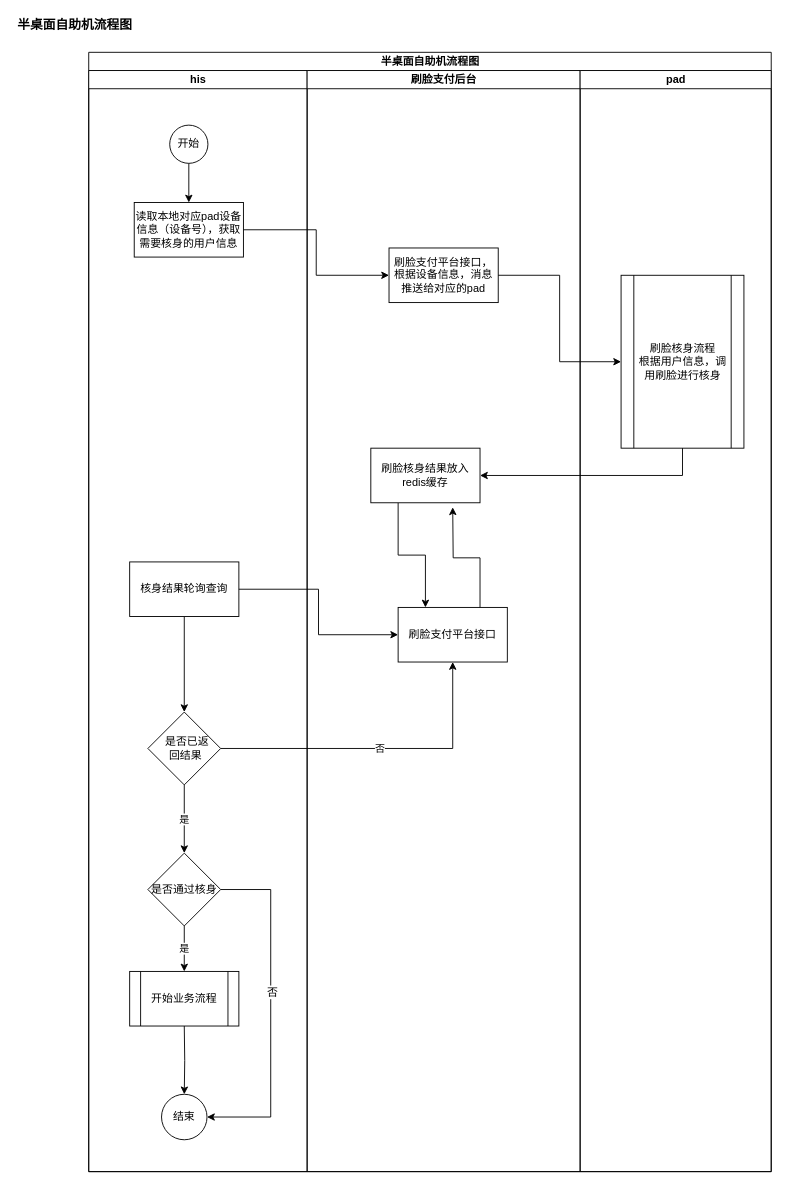
Earlier version of the draw.io diagram zdpt/桌面自助机流程图.drawio (zhangwenhuad/visio). Source tidied: cells renumbered, new cells numbered last; positions are measured from the earlier drawing's top-left corner, leaving out a move shared by most shapes. Both pictures are drawn from the tidied source at 91%, with x=0, y=0 at pixel (15, 15).
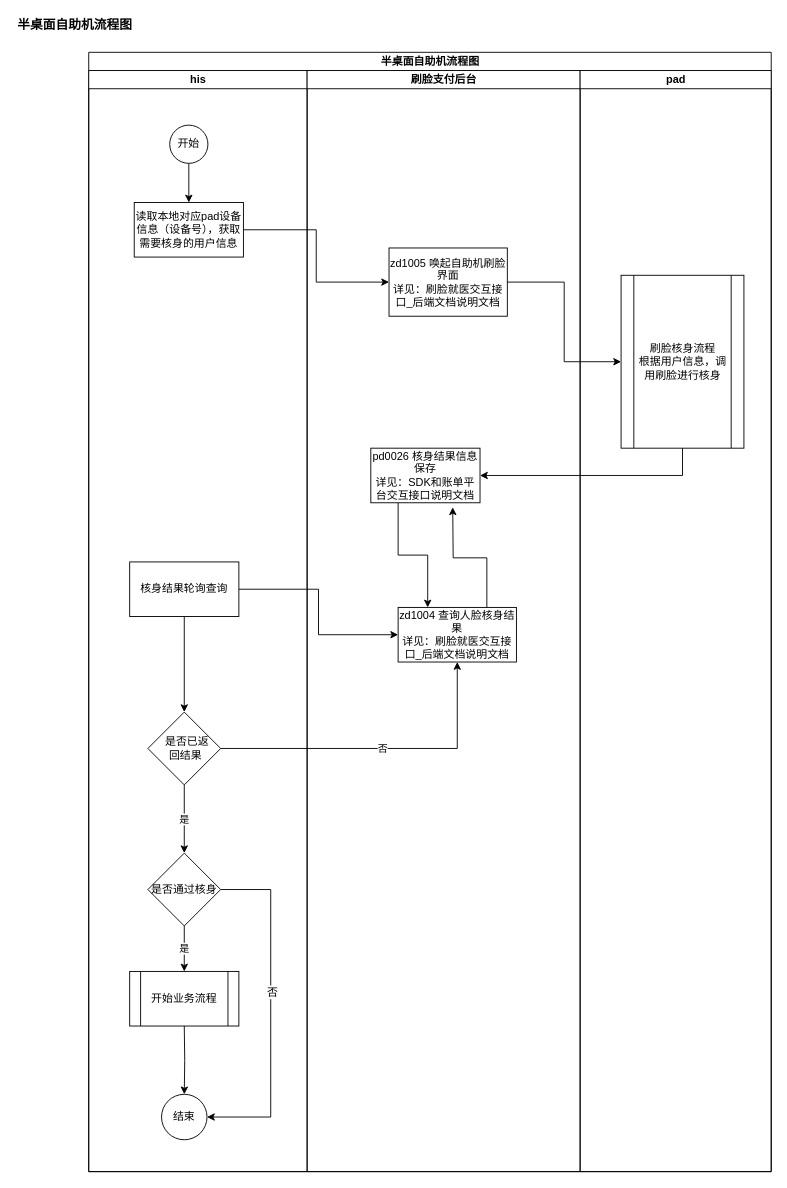
The same diagram, later.

Commit message:
更新桌面自助机流程图.drawio

The change refers to these unchanged cells:
```xml
<mxCell id="18" value="刷脸支付后台" style="swimlane;html=1;startSize=20;" parent="2" vertex="1">
  <mxGeometry x="240" y="20" width="300" height="1210" as="geometry" />
</mxCell>
```

Change to the diagram source:
```diff
@@
-    <mxCell id="19" value="刷脸支付平台接口，根据设备信息，消息推送给对应的pad" style="rounded=0;whiteSpace=wrap;html=1;" parent="18" vertex="1">
-      <mxGeometry x="90" y="195" width="120" height="60" as="geometry" />
+    <mxCell id="19" value="zd1005&amp;nbsp;&lt;span&gt;唤起自助机刷脸界面&lt;/span&gt;&lt;br&gt;详见：刷脸就医交互接口_后端文档说明文档&lt;br&gt;" style="rounded=0;whiteSpace=wrap;html=1;" parent="18" vertex="1">
+      <mxGeometry x="90" y="195" width="130" height="75" as="geometry" />
     </mxCell>
-    <mxCell id="20" value="刷脸支付平台接口" style="rounded=0;whiteSpace=wrap;html=1;" parent="18" vertex="1">
-      <mxGeometry x="100" y="590" width="120" height="60" as="geometry" />
+    <mxCell id="20" value="zd1004&amp;nbsp;查询人脸核身结果&lt;br&gt;详见：刷脸就医交互接口_后端文档说明文档" style="rounded=0;whiteSpace=wrap;html=1;" parent="18" vertex="1">
+      <mxGeometry x="100" y="590" width="130" height="60" as="geometry" />
     </mxCell>
@@
-    <mxCell id="22" value="刷脸核身结果放入redis缓存" style="rounded=0;whiteSpace=wrap;html=1;" parent="18" vertex="1">
+    <mxCell id="22" value="pd0026&amp;nbsp;&lt;span&gt;核身结果信息保存&lt;br&gt;详见：&lt;/span&gt;&lt;span&gt;SDK和账单平台交互接口说明文档&lt;/span&gt;&lt;span&gt;&lt;br&gt;&lt;/span&gt;" style="rounded=0;whiteSpace=wrap;html=1;" parent="18" vertex="1">
       <mxGeometry x="70" y="415" width="120" height="60" as="geometry" />
     </mxCell>
```
